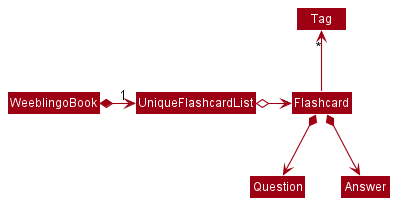
nus-cs2103-AY2021S2/tp keeps this PlantUML diagram as docs/images/FlashcardWithTagsObjectDiagram.png. Above is the earlier version.
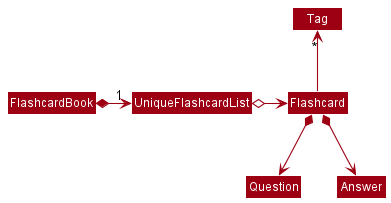
After the change.

Change to the diagram source:
```diff
@@ -4,7 +4,7 @@
 skinparam arrowColor MODEL_COLOR
 skinparam classBackgroundColor MODEL_COLOR
 
-WeeblingoBook *-right-> "1" UniqueFlashcardList
+FlashcardBook *-right-> "1" UniqueFlashcardList
 
 UniqueFlashcardList o-right-> Flashcard
 
```
